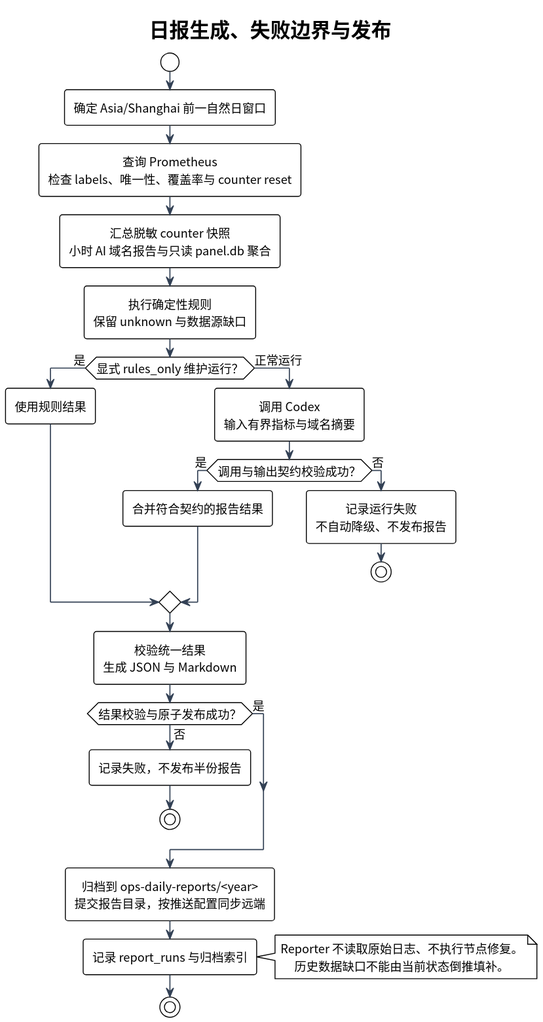
The PlantUML diagram docs/ops-reporting/diagrams/daily-report-publication.svg in i-zrhe2016/ai-routing-panel, before a commit.
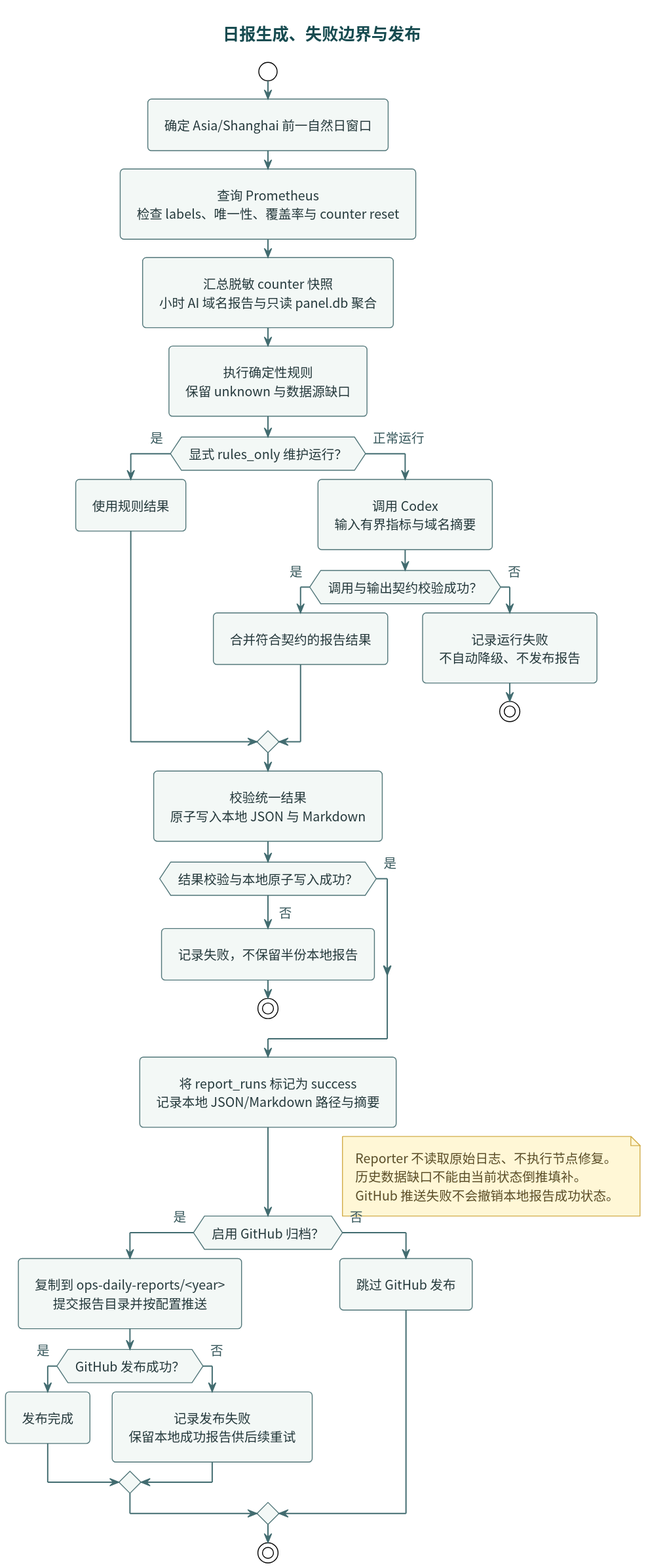
The same diagram one commit later.

Change to the diagram source:
```diff
@@ -18,17 +18,27 @@
     stop
   endif
 endif
-:校验统一结果\n生成 JSON 与 Markdown;
-if (结果校验与原子发布成功？) then (是)
+:校验统一结果\n原子写入本地 JSON 与 Markdown;
+if (结果校验与本地原子写入成功？) then (是)
 else (否)
-  :记录失败，不发布半份报告;
+  :记录失败，不保留半份本地报告;
   stop
 endif
-:归档到 ops-daily-reports/<year>\n提交报告目录，按推送配置同步远端;
-:记录 report_runs 与归档索引;
+:将 report_runs 标记为 success\n记录本地 JSON/Markdown 路径与摘要;
+if (启用 GitHub 归档？) then (是)
+  :复制到 ops-daily-reports/<year>\n提交报告目录并按配置推送;
+  if (GitHub 发布成功？) then (是)
+    :发布完成;
+  else (否)
+    :记录发布失败\n保留本地成功报告供后续重试;
+  endif
+else (否)
+  :跳过 GitHub 发布;
+endif
 note right
   Reporter 不读取原始日志、不执行节点修复。
   历史数据缺口不能由当前状态倒推填补。
+  GitHub 推送失败不会撤销本地报告成功状态。
 end note
 stop
 @enduml
```
